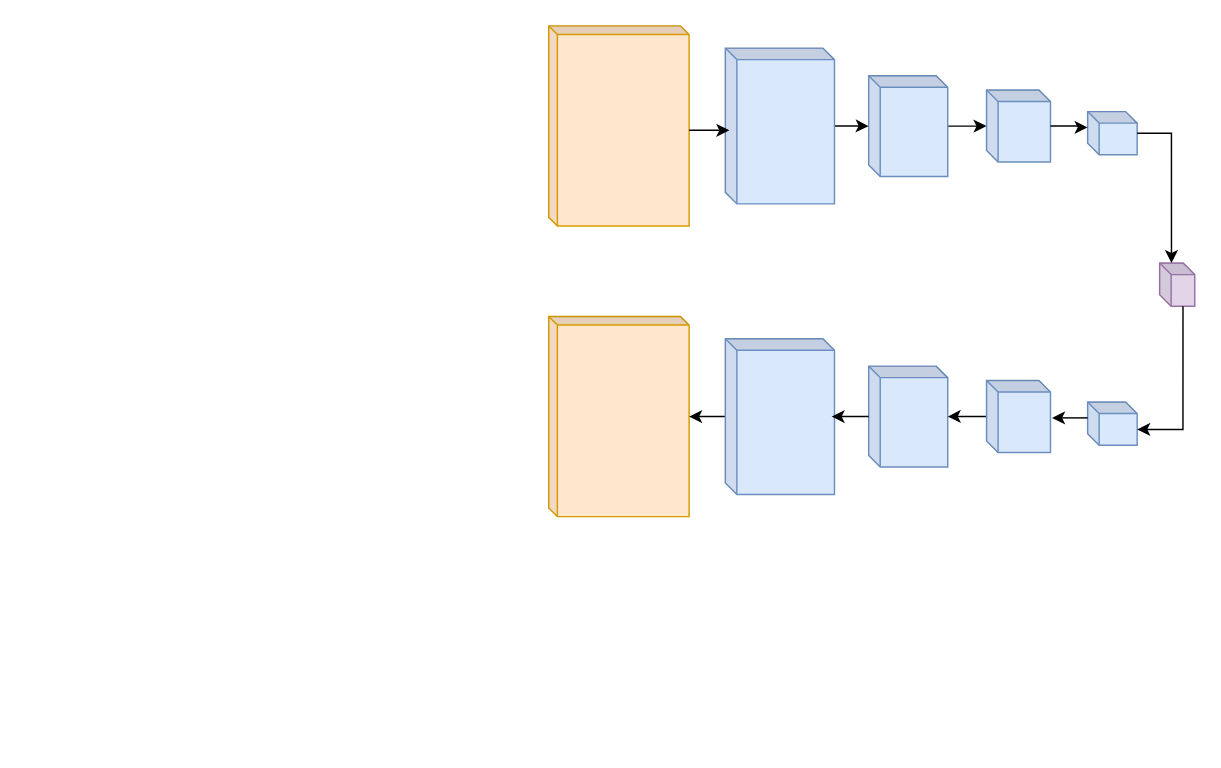
Before: Updated System Diagram.drawio in VRajaSubramanian/Vagrant, a draw.io diagram. Source tidied: cells renumbered, new cells numbered last; positions are measured from the earlier drawing's top-left corner, leaving out a move shared by most shapes. Both pictures are drawn from the tidied source at 144%, with x=0, y=0 at pixel (518, 55). Pictures stored in the file or linked from it are replaced by grey dashed boxes.
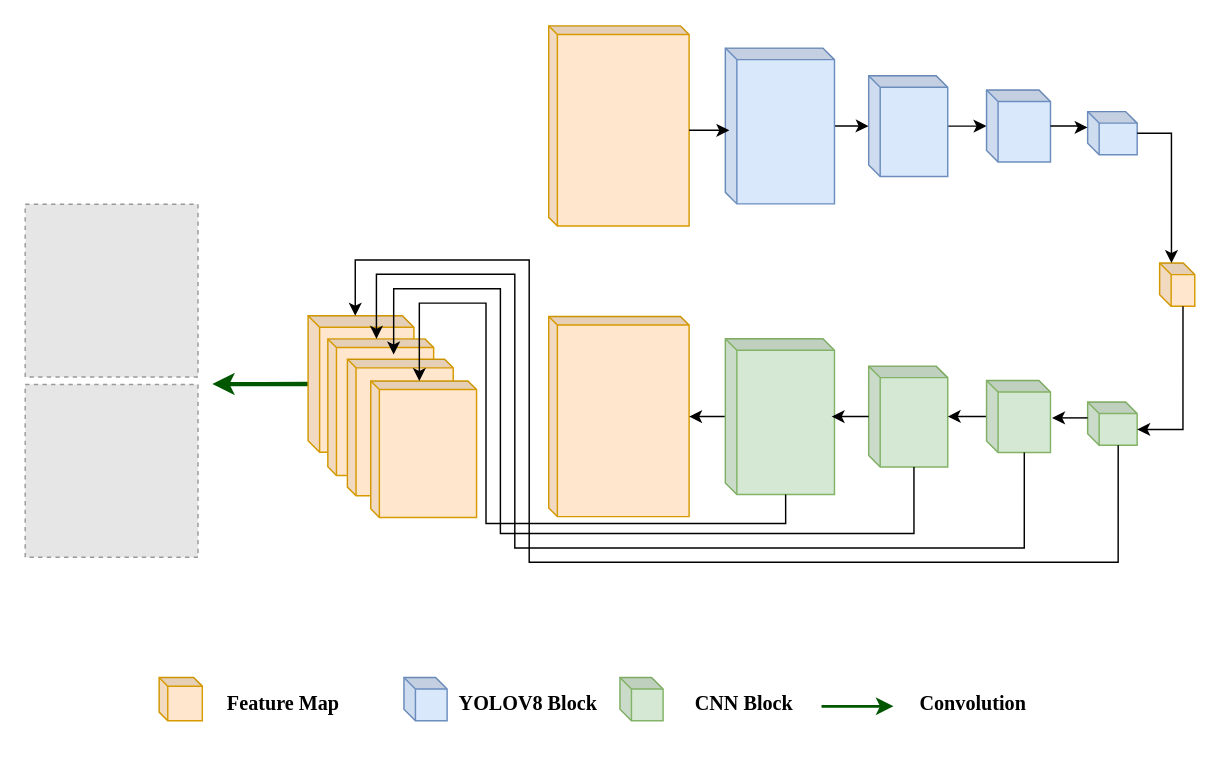
The same diagram, later.

What changed in the source:
```diff
@@
-    <mxCell id="13" style="shape=cube;whiteSpace=wrap;html=1;boundedLbl=1;backgroundOutline=1;darkOpacity=0.05;darkOpacity2=0.1;size=8;rotation=90;fillColor=#dae8fc;strokeColor=#6c8ebf;direction=west;flipV=0;flipH=1;" parent="1" vertex="1">
+    <mxCell id="13" style="shape=cube;whiteSpace=wrap;html=1;boundedLbl=1;backgroundOutline=1;darkOpacity=0.05;darkOpacity2=0.1;size=8;rotation=90;fillColor=#d5e8d4;strokeColor=#82b366;direction=west;flipV=0;flipH=1;" parent="1" vertex="1">
       <mxGeometry x="127" y="212.9" width="108.2" height="75.8" as="geometry" />
     </mxCell>
-    <mxCell id="14" style="shape=cube;whiteSpace=wrap;html=1;boundedLbl=1;backgroundOutline=1;darkOpacity=0.05;darkOpacity2=0.1;size=8;rotation=90;fillColor=#dae8fc;strokeColor=#6c8ebf;direction=west;flipV=0;flipH=1;" parent="1" vertex="1">
+    <mxCell id="14" style="shape=cube;whiteSpace=wrap;html=1;boundedLbl=1;backgroundOutline=1;darkOpacity=0.05;darkOpacity2=0.1;size=8;rotation=90;fillColor=#d5e8d4;strokeColor=#82b366;direction=west;flipV=0;flipH=1;" parent="1" vertex="1">
       <mxGeometry x="235.2" y="223.3" width="70" height="54.9" as="geometry" />
     </mxCell>
@@
-    <mxCell id="16" style="shape=cube;whiteSpace=wrap;html=1;boundedLbl=1;backgroundOutline=1;darkOpacity=0.05;darkOpacity2=0.1;size=8;rotation=90;fillColor=#dae8fc;strokeColor=#6c8ebf;direction=west;flipV=0;flipH=1;" parent="1" vertex="1">
+    <mxCell id="16" style="shape=cube;whiteSpace=wrap;html=1;boundedLbl=1;backgroundOutline=1;darkOpacity=0.05;darkOpacity2=0.1;size=8;rotation=90;fillColor=#d5e8d4;strokeColor=#82b366;direction=west;flipV=0;flipH=1;" parent="1" vertex="1">
       <mxGeometry x="321.8" y="228.5" width="50" height="44.4" as="geometry" />
     </mxCell>
-    <mxCell id="17" style="shape=cube;whiteSpace=wrap;html=1;boundedLbl=1;backgroundOutline=1;darkOpacity=0.05;darkOpacity2=0.1;size=8;rotation=90;fillColor=#dae8fc;strokeColor=#6c8ebf;direction=west;flipV=0;flipH=1;" parent="1" vertex="1">
+    <mxCell id="17" style="shape=cube;whiteSpace=wrap;html=1;boundedLbl=1;backgroundOutline=1;darkOpacity=0.05;darkOpacity2=0.1;size=8;rotation=90;fillColor=#d5e8d4;strokeColor=#82b366;direction=west;flipV=0;flipH=1;" parent="1" vertex="1">
       <mxGeometry x="397" y="238.5" width="30" height="34.4" as="geometry" />
     </mxCell>
-    <mxCell id="18" style="shape=cube;whiteSpace=wrap;html=1;boundedLbl=1;backgroundOutline=1;darkOpacity=0.05;darkOpacity2=0.1;size=8;rotation=90;fillColor=#e1d5e7;strokeColor=#9673a6;direction=west;flipV=0;flipH=1;" parent="1" vertex="1">
+    <mxCell id="18" style="shape=cube;whiteSpace=wrap;html=1;boundedLbl=1;backgroundOutline=1;darkOpacity=0.05;darkOpacity2=0.1;size=8;rotation=90;fillColor=#ffe6cc;strokeColor=#d79b00;direction=west;flipV=0;flipH=1;" parent="1" vertex="1">
       <mxGeometry x="442" y="147" width="30" height="24.4" as="geometry" />
     </mxCell>
@@
+    <mxCell id="23" style="group;" parent="1" vertex="1">
+      <mxGeometry x="-143" y="175.8" width="110" height="150" as="geometry" />
+    </mxCell>
+    <mxCell id="24" style="edgeStyle=orthogonalEdgeStyle;rounded=0;jettySize=auto;html=1;strokeWidth=3;fillColor=#008a00;strokeColor=#005700;" parent="23" edge="1" source="25">
+      <mxGeometry relative="1" as="geometry">
+        <mxPoint x="-70" y="52.4" as="targetPoint" />
+      </mxGeometry>
+    </mxCell>
+    <mxCell id="25" style="shape=cube;whiteSpace=wrap;html=1;boundedLbl=1;backgroundOutline=1;darkOpacity=0.05;darkOpacity2=0.1;size=8;rotation=90;fillColor=#ffe6cc;strokeColor=#d79b00;direction=west;flipV=0;flipH=1;" parent="23" vertex="1">
+      <mxGeometry x="-14.2" y="15.6" width="94.8" height="73.5" as="geometry" />
+    </mxCell>
+    <mxCell id="26" style="shape=cube;whiteSpace=wrap;html=1;boundedLbl=1;backgroundOutline=1;darkOpacity=0.05;darkOpacity2=0.1;size=6;rotation=90;fillColor=#ffe6cc;strokeColor=#d79b00;direction=west;flipV=0;flipH=1;" parent="23" vertex="1">
+      <mxGeometry x="-0.5" y="31.7" width="94.8" height="73.5" as="geometry" />
+    </mxCell>
+    <mxCell id="27" style="shape=cube;whiteSpace=wrap;html=1;boundedLbl=1;backgroundOutline=1;darkOpacity=0.05;darkOpacity2=0.1;size=6;rotation=90;fillColor=#ffe6cc;strokeColor=#d79b00;direction=west;flipV=0;flipH=1;" parent="23" vertex="1">
+      <mxGeometry x="13.1" y="45.8" width="94.8" height="73.5" as="geometry" />
+    </mxCell>
+    <mxCell id="28" style="shape=cube;whiteSpace=wrap;html=1;boundedLbl=1;backgroundOutline=1;darkOpacity=0.05;darkOpacity2=0.1;size=6;rotation=90;fillColor=#ffe6cc;strokeColor=#d79b00;direction=west;flipV=0;flipH=1;" parent="23" vertex="1">
+      <mxGeometry x="29.3" y="60.9" width="94.8" height="73.5" as="geometry" />
+    </mxCell>
+    <mxCell id="29" style="edgeStyle=orthogonalEdgeStyle;rounded=0;jettySize=auto;html=1;exitX=0;exitY=0;exitDx=30;exitDy=21.22;exitPerimeter=0;entryX=0;entryY=0;entryDx=0;entryDy=32.7462311557789;entryPerimeter=0;" parent="1" edge="1" source="17" target="25">
+      <mxGeometry relative="1" as="geometry">
+        <Array as="points">
+          <mxPoint x="416" y="352" />
+          <mxPoint x="7" y="352" />
+          <mxPoint x="7" y="142" />
+          <mxPoint x="-114" y="142" />
+        </Array>
+      </mxGeometry>
+    </mxCell>
+    <mxCell id="30" style="edgeStyle=orthogonalEdgeStyle;rounded=0;jettySize=auto;html=1;exitX=0;exitY=0;exitDx=50;exitDy=26.220000000000002;exitPerimeter=0;entryX=0;entryY=0;entryDx=0;entryDy=33.7462311557789;entryPerimeter=0;" parent="1" edge="1" source="16" target="26">
+      <mxGeometry relative="1" as="geometry">
+        <Array as="points">
+          <mxPoint x="351" y="342" />
+          <mxPoint x="-3" y="342" />
+          <mxPoint x="-3" y="152" />
+          <mxPoint x="-99" y="152" />
+        </Array>
+      </mxGeometry>
+    </mxCell>
+    <mxCell id="31" style="edgeStyle=orthogonalEdgeStyle;rounded=0;jettySize=auto;html=1;exitX=0;exitY=0;exitDx=70;exitDy=31.44;exitPerimeter=0;entryX=-0.034;entryY=0.437;entryDx=0;entryDy=0;entryPerimeter=0;" parent="1" edge="1" source="14" target="27">
+      <mxGeometry relative="1" as="geometry">
+        <Array as="points">
+          <mxPoint x="274" y="332" />
+          <mxPoint x="-13" y="332" />
+          <mxPoint x="-13" y="162" />
+          <mxPoint x="-87" y="162" />
+        </Array>
+      </mxGeometry>
+    </mxCell>
+    <mxCell id="32" style="edgeStyle=orthogonalEdgeStyle;rounded=0;jettySize=auto;html=1;exitX=0;exitY=0;exitDx=108.25;exitDy=41.875;exitPerimeter=0;entryX=0;entryY=0;entryDx=0;entryDy=33.7462311557789;entryPerimeter=0;" parent="1" edge="1" source="13" target="28">
+      <mxGeometry relative="1" as="geometry">
+        <Array as="points">
+          <mxPoint x="185" y="325" />
+          <mxPoint x="-23" y="325" />
+          <mxPoint x="-23" y="172" />
+          <mxPoint x="-69" y="172" />
+        </Array>
+      </mxGeometry>
+    </mxCell>
+    <mxCell id="33" style="fillColor=#E6E6E6;strokeColor=#999999;dashed=1;verticalLabelPosition=bottom;labelBackgroundColor=default;verticalAlign=top;" parent="1" vertex="1">
+      <mxGeometry x="-343" y="103.3" width="120" height="120" as="geometry" />
+    </mxCell>
+    <mxCell id="34" style="fillColor=#E6E6E6;strokeColor=#999999;dashed=1;verticalLabelPosition=bottom;labelBackgroundColor=default;verticalAlign=top;" parent="1" vertex="1">
+      <mxGeometry x="-343" y="228.5" width="120" height="120" as="geometry" />
+    </mxCell>
+    <mxCell id="35" style="group;" parent="1" vertex="1">
+      <mxGeometry x="-250" y="432" width="643.5" height="30" as="geometry" />
+    </mxCell>
+    <mxCell id="36" style="group;" parent="35" vertex="1">
+      <mxGeometry width="164.5" height="30" as="geometry" />
+    </mxCell>
+    <mxCell id="37" style="shape=cube;whiteSpace=wrap;html=1;boundedLbl=1;backgroundOutline=1;darkOpacity=0.05;darkOpacity2=0.1;size=6;rotation=90;fillColor=#ffe6cc;strokeColor=#d79b00;direction=west;flipV=0;flipH=1;" parent="36" vertex="1">
+      <mxGeometry width="30" height="30" as="geometry" />
+    </mxCell>
+    <mxCell id="38" value="&lt;h1&gt;&lt;font style=&quot;font-size: 14px;&quot; face=&quot;Times New Roman&quot;&gt;Feature Map&lt;/font&gt;&lt;/h1&gt;" style="text;html=1;strokeColor=none;fillColor=none;align=center;verticalAlign=middle;whiteSpace=wrap;rounded=0;" parent="36" vertex="1">
+      <mxGeometry x="7.5" width="157" height="30" as="geometry" />
+    </mxCell>
+    <mxCell id="39" style="group;" parent="35" vertex="1">
+      <mxGeometry x="170" width="164.5" height="30" as="geometry" />
+    </mxCell>
+    <mxCell id="40" style="shape=cube;whiteSpace=wrap;html=1;boundedLbl=1;backgroundOutline=1;darkOpacity=0.05;darkOpacity2=0.1;size=8;rotation=90;fillColor=#dae8fc;strokeColor=#6c8ebf;direction=west;flipV=0;flipH=1;" parent="39" vertex="1">
+      <mxGeometry width="30" height="30" as="geometry" />
+    </mxCell>
+    <mxCell id="41" value="&lt;h1&gt;&lt;font style=&quot;font-size: 14px;&quot; face=&quot;Times New Roman&quot;&gt;YOLOV8 Block&lt;/font&gt;&lt;/h1&gt;" style="text;html=1;strokeColor=none;fillColor=none;align=center;verticalAlign=middle;whiteSpace=wrap;rounded=0;" parent="39" vertex="1">
+      <mxGeometry x="7.5" width="157" height="30" as="geometry" />
+    </mxCell>
+    <mxCell id="42" style="group;" parent="35" vertex="1">
+      <mxGeometry x="320" width="164.5" height="30" as="geometry" />
+    </mxCell>
+    <mxCell id="43" style="shape=cube;whiteSpace=wrap;html=1;boundedLbl=1;backgroundOutline=1;darkOpacity=0.05;darkOpacity2=0.1;size=8;rotation=90;fillColor=#d5e8d4;strokeColor=#82b366;direction=west;flipV=0;flipH=1;" parent="42" vertex="1">
+      <mxGeometry width="30" height="30" as="geometry" />
+    </mxCell>
+    <mxCell id="44" value="&lt;h1&gt;&lt;font style=&quot;font-size: 14px;&quot; face=&quot;Times New Roman&quot;&gt;CNN Block&lt;/font&gt;&lt;/h1&gt;" style="text;html=1;strokeColor=none;fillColor=none;align=center;verticalAlign=middle;whiteSpace=wrap;rounded=0;" parent="42" vertex="1">
+      <mxGeometry x="7.5" width="157" height="30" as="geometry" />
+    </mxCell>
+    <mxCell id="45" style="group;" parent="35" vertex="1">
+      <mxGeometry x="460" width="183.5" height="30" as="geometry" />
+    </mxCell>
+    <mxCell id="46" style="endArrow=classic;html=1;rounded=0;fillColor=#008a00;strokeColor=#005700;strokeWidth=2;" parent="45" edge="1">
+      <mxGeometry relative="1" as="geometry">
+        <mxPoint y="20" as="sourcePoint" />
+        <mxPoint x="50" y="20" as="targetPoint" />
+      </mxGeometry>
+    </mxCell>
+    <mxCell id="47" value="&lt;h1&gt;&lt;font face=&quot;Times New Roman&quot;&gt;&lt;span style=&quot;font-size: 14px;&quot;&gt;Convolution&lt;/span&gt;&lt;/font&gt;&lt;/h1&gt;" style="text;html=1;strokeColor=none;fillColor=none;align=center;verticalAlign=middle;whiteSpace=wrap;rounded=0;" parent="45" vertex="1">
+      <mxGeometry x="26.5" width="157" height="30" as="geometry" />
+    </mxCell>
```
